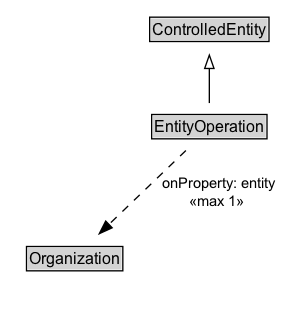
Before: docs/diagrams/EntityOperation.dot.png, a diagram exported from Graphviz (ISO-TC204/ontology-cdm-p2-v1). Its source is kept beside it as docs/diagrams/EntityOperation.dot.
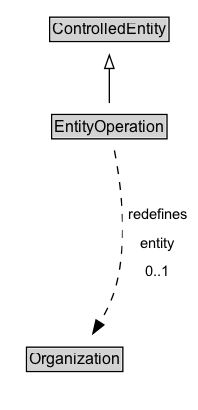
After the change.

What changed in the source:
```diff
@@ -3,18 +3,21 @@
 	node [fontname=Arial fontsize=12 margin=0 shape=none]
 	edge [fontname=Arial fontsize=11]
 	{
+		rank=source
+		ControlledEntity [label=<<TABLE BORDER="1" CELLBORDER="0" CELLSPACING="0" CELLPADDING="1"><TR><TD BGCOLOR="lightgray" ALIGN="CENTER">ControlledEntity</TD></TR></TABLE>> URL="../ControlledEntity" margin=0]
+	}
+	EntityOperation [label=<<TABLE BORDER="1" CELLBORDER="0" CELLSPACING="0" CELLPADDING="1"><TR><TD BGCOLOR="lightgray" ALIGN="CENTER">EntityOperation</TD></TR></TABLE>> URL="../EntityOperation" margin=0]
+	{
 		rank=max
-		EntityOperation [label=<<TABLE BORDER="1" CELLBORDER="0" CELLSPACING="0" CELLPADDING="1"><TR><TD BGCOLOR="lightgray" ALIGN="CENTER" PORT="e">EntityOperation</TD></TR></TABLE>> URL="../EntityOperation.md" margin=0]
 	}
 	subgraph cluster_associated {
 		label="" style=invis
 		Invis [label=<<TABLE BORDER="0" CELLBORDER="0" CELLSPACING="0" CELLPADDING="1"><TR><TD></TD></TR></TABLE>> margin=0 style=invis]
-		Organization [label=<<TABLE BORDER="1" CELLBORDER="0" CELLSPACING="0" CELLPADDING="1"><TR><TD BGCOLOR="lightgray" ALIGN="CENTER">Organization</TD></TR></TABLE>> URL="../Organization.md" margin=0]
+		Organization [label=<<TABLE BORDER="1" CELLBORDER="0" CELLSPACING="0" CELLPADDING="1"><TR><TD BGCOLOR="lightgray" ALIGN="CENTER">Organization</TD></TR></TABLE>> URL="../Organization" margin=0]
 	}
-	ControlledEntity [label=<<TABLE BORDER="1" CELLBORDER="0" CELLSPACING="0" CELLPADDING="1"><TR><TD BGCOLOR="lightgray" ALIGN="CENTER">ControlledEntity</TD></TR></TABLE>> URL="../ControlledEntity.md" margin=0]
 	EntityOperation -> ControlledEntity [arrowhead=onormal style=solid]
 	EntityOperation -> Invis [style=invis]
 	Invis -> Organization [style=invis]
-	EntityOperation -> Organization [label=" onProperty: entity
- «max 1»  " arrowhead=normal style=dashed]
+	Organization [label=<<TABLE BORDER="1" CELLBORDER="0" CELLSPACING="0" CELLPADDING="1"><TR><TD BGCOLOR="lightgray" ALIGN="CENTER">Organization</TD></TR></TABLE>> URL="../Organization" margin=0]
+	EntityOperation -> Organization [label=<<TABLE BORDER="0" CELLBORDER="0" CELLSPACING="0" CELLPADDING="4" BGCOLOR="white"><TR><TD ALIGN="CENTER">redefines</TD></TR><TR><TD ALIGN="CENTER">entity</TD></TR><TR><TD ALIGN="CENTER">0..1</TD></TR></TABLE>> arrowhead=normal style=dashed]
 }
```
